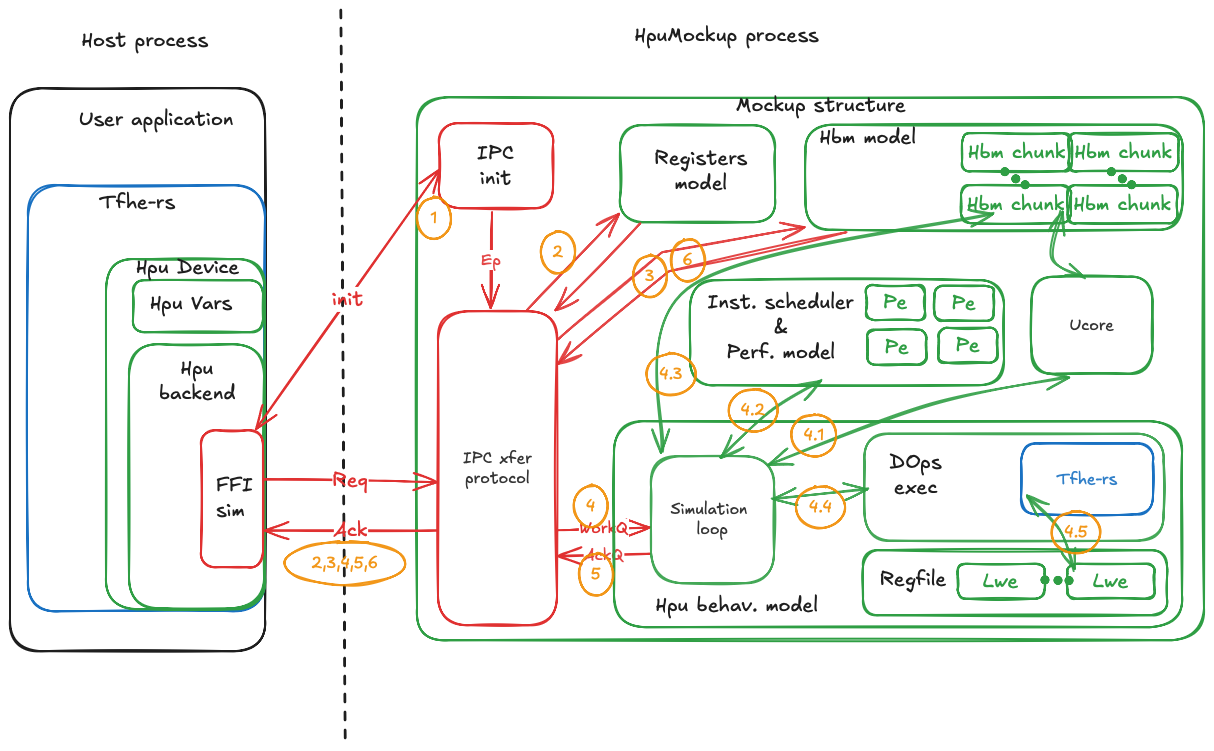
This is mockups/tfhe-hpu-mockup/figures/tfhe-hpu-mockup.excalidraw.png from zama-ai/tfhe-rs, a Excalidraw export, as it was before one commit. Source tidied: one line per element, renumbered; positions are measured from the earlier drawing's top-left corner, leaving out a move shared by most shapes.
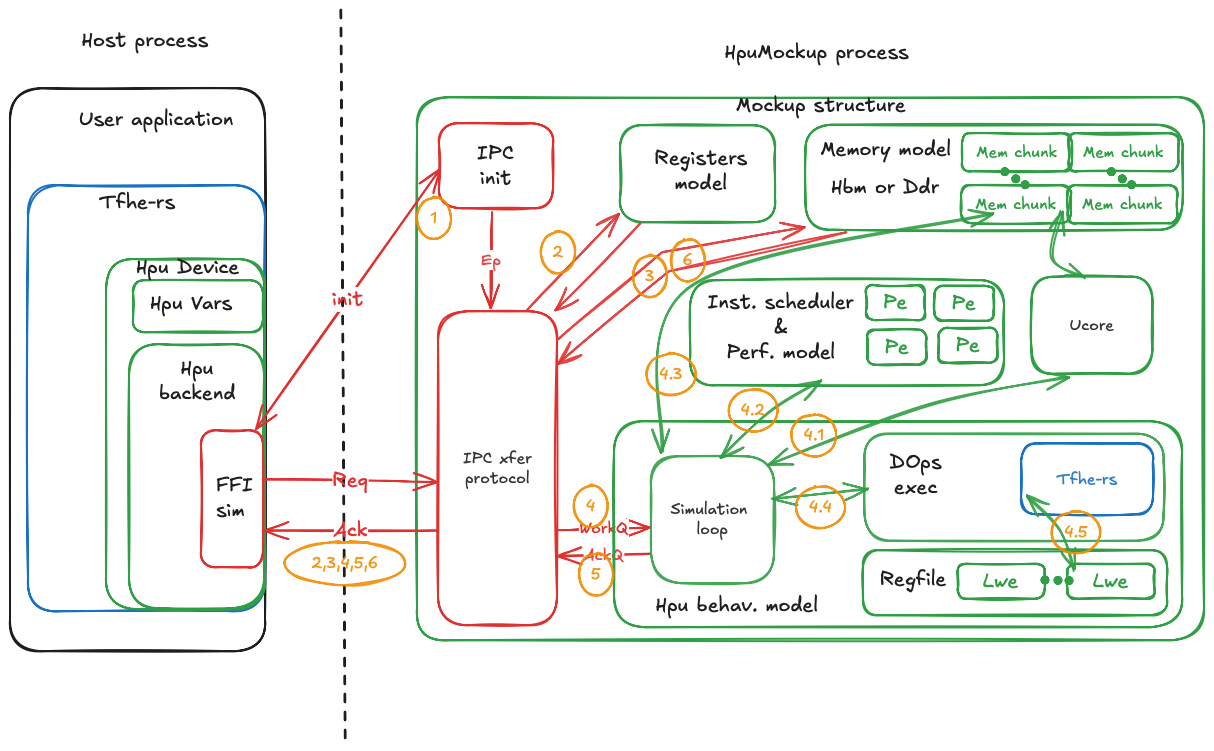
After the commit.

Commit message:
docs(hpu): Update Hpu mockup documentation

The edit, as a diff of the source:
```diff
@@ -2,7 +2,6 @@
 {"id": 1, "type": "text", "text": "User application", "strokeColor": "#1e1e1e", "strokeWidth": 2, "roughness": 1, "fontSize": 20, "fontFamily": 1, "x": 69, "y": 98, "width": 155, "height": 25}
 {"id": 2, "type": "rectangle", "strokeColor": "#1971c2", "strokeWidth": 2, "roughness": 1, "round": true, "x": 18, "y": 176, "width": 237, "height": 426}
 {"id": 3, "type": "text", "text": "Tfhe-rs", "strokeColor": "#1e1e1e", "strokeWidth": 2, "roughness": 1, "fontSize": 20, "fontFamily": 1, "x": 89, "y": 181, "width": 76, "height": 25}
-{"id": 4, "type": "rectangle", "strokeColor": "#1971c2", "strokeWidth": 2, "roughness": 1, "round": true, "x": 94, "y": 250, "width": 0, "height": 0}
 {"id": 5, "type": "rectangle", "strokeColor": "#2f9e44", "strokeWidth": 2, "roughness": 1, "round": true, "x": 96, "y": 250, "width": 159, "height": 350}
 {"id": 6, "type": "rectangle", "strokeColor": "#2f9e44", "strokeWidth": 2, "roughness": 1, "round": true, "x": 119, "y": 335, "width": 135, "height": 264}
 {"id": 7, "type": "rectangle", "strokeColor": "#2f9e44", "strokeWidth": 2, "roughness": 1, "round": true, "x": 123, "y": 271, "width": 130, "height": 52}
@@ -13,7 +12,7 @@
 {"id": 12, "type": "text", "text": "FFI\nsim", "strokeColor": "#1e1e1e", "strokeWidth": 2, "roughness": 1, "fontSize": 20, "fontFamily": 1, "x": 206, "y": 464, "width": 37, "height": 50}
 {"id": 13, "type": "line", "strokeColor": "#1e1e1e", "strokeWidth": 2, "strokeStyle": "dashed", "roughness": 1, "round": true, "x": 330, "y": 0, "width": 4, "height": 732, "points": [[0, 0], [4, 732]]}
 {"id": 14, "type": "text", "text": "Host process", "strokeColor": "#1e1e1e", "strokeWidth": 2, "strokeStyle": "dashed", "roughness": 1, "fontSize": 20, "fontFamily": 1, "textAlign": "center", "x": 72, "y": 19, "width": 127, "height": 25}
-{"id": 15, "type": "text", "text": "HpuMockup process", "strokeColor": "#1e1e1e", "strokeWidth": 2, "strokeStyle": "dashed", "roughness": 1, "fontSize": 20, "fontFamily": 1, "textAlign": "center", "x": 625, "y": 14, "width": 184, "height": 25}
+{"id": 15, "type": "text", "text": "HpuMockup process", "strokeColor": "#1e1e1e", "strokeWidth": 2, "strokeStyle": "dashed", "roughness": 1, "fontSize": 20, "fontFamily": 1, "textAlign": "center", "x": 715, "y": 31, "width": 184, "height": 25}
 {"id": 16, "type": "rectangle", "strokeColor": "#2f9e44", "strokeWidth": 2, "roughness": 1, "round": true, "x": 407, "y": 88, "width": 787, "height": 543}
 {"id": 17, "type": "rectangle", "strokeColor": "#e03131", "strokeWidth": 2, "roughness": 1, "round": true, "x": 429, "y": 114, "width": 114, "height": 85}
 {"id": 18, "type": "text", "text": "IPC\ninit", "strokeColor": "#1e1e1e", "strokeWidth": 2, "roughness": 1, "fontSize": 20, "fontFamily": 1, "textAlign": "center", "verticalAlign": "middle", "inside": 17, "x": 467, "y": 132, "width": 37, "height": 50}
@@ -53,18 +52,18 @@
 {"id": 52, "type": "ellipse", "strokeColor": "#f08c00", "strokeWidth": 2, "roughness": 1, "opacity": 90, "round": true, "x": 564, "y": 476, "width": 34, "height": 42}
 {"id": 53, "type": "text", "text": "4", "strokeColor": "#f08c00", "strokeWidth": 2, "roughness": 1, "opacity": 90, "fontSize": 16, "fontFamily": 1, "textAlign": "center", "verticalAlign": "middle", "inside": 52, "x": 576, "y": 487, "width": 9, "height": 20}
 {"id": 54, "type": "rectangle", "strokeColor": "#2f9e44", "strokeWidth": 2, "roughness": 1, "round": true, "x": 796, "y": 116, "width": 377, "height": 105}
-{"id": 55, "type": "text", "text": "Hbm model", "strokeColor": "#1e1e1e", "strokeWidth": 2, "roughness": 1, "fontSize": 20, "fontFamily": 1, "textAlign": "center", "x": 810, "y": 116, "width": 96, "height": 25}
+{"id": 55, "type": "text", "text": "Memory model", "strokeColor": "#1e1e1e", "strokeWidth": 2, "roughness": 1, "fontSize": 20, "fontFamily": 1, "textAlign": "center", "x": 811, "y": 128, "width": 131, "height": 25}
 {"id": 56, "type": "rectangle", "strokeColor": "#2f9e44", "strokeWidth": 2, "roughness": 1, "round": true, "x": 952, "y": 124, "width": 110, "height": 38}
-{"id": 57, "type": "text", "text": "Hbm chunk", "strokeColor": "#2f9e44", "strokeWidth": 2, "roughness": 1, "fontSize": 20, "fontFamily": 1, "textAlign": "center", "verticalAlign": "middle", "inside": 56, "x": 958, "y": 130, "width": 97, "height": 25}
+{"id": 57, "type": "text", "text": "Mem chunk", "strokeColor": "#2f9e44", "strokeWidth": 2, "roughness": 1, "fontSize": 16, "fontFamily": 1, "textAlign": "center", "verticalAlign": "middle", "inside": 56, "x": 967, "y": 133, "width": 81, "height": 20}
 {"id": 58, "type": "rectangle", "strokeColor": "#2f9e44", "strokeWidth": 2, "roughness": 1, "round": true, "x": 951, "y": 176, "width": 110, "height": 38}
-{"id": 59, "type": "text", "text": "Hbm chunk", "strokeColor": "#2f9e44", "strokeWidth": 2, "roughness": 1, "fontSize": 20, "fontFamily": 1, "textAlign": "center", "verticalAlign": "middle", "inside": 58, "x": 957, "y": 182, "width": 97, "height": 25}
+{"id": 59, "type": "text", "text": "Mem chunk", "strokeColor": "#2f9e44", "strokeWidth": 2, "roughness": 1, "fontSize": 16, "fontFamily": 1, "textAlign": "center", "verticalAlign": "middle", "inside": 58, "x": 966, "y": 185, "width": 81, "height": 20}
 {"id": 60, "type": "freedraw", "strokeColor": "#2f9e44", "angle": 5.37, "strokeWidth": 2, "roughness": 1, "x": 995, "y": 162, "width": 0, "height": 0, "points": [[0, 0], [0, 0]]}
 {"id": 61, "type": "freedraw", "strokeColor": "#2f9e44", "angle": 5.37, "strokeWidth": 2, "roughness": 1, "x": 1006, "y": 170, "width": 0, "height": 0, "points": [[0, 0], [0, 0]]}
 {"id": 62, "type": "freedraw", "strokeColor": "#2f9e44", "angle": 5.37, "strokeWidth": 2, "roughness": 1, "x": 1015, "y": 176, "width": 0, "height": 0, "points": [[0, 0], [0, 0]]}
 {"id": 63, "type": "rectangle", "strokeColor": "#2f9e44", "strokeWidth": 2, "roughness": 1, "round": true, "x": 1058, "y": 124, "width": 110, "height": 38}
-{"id": 64, "type": "text", "text": "Hbm chunk", "strokeColor": "#2f9e44", "strokeWidth": 2, "roughness": 1, "fontSize": 20, "fontFamily": 1, "textAlign": "center", "verticalAlign": "middle", "inside": 63, "x": 1065, "y": 130, "width": 97, "height": 25}
+{"id": 64, "type": "text", "text": "Mem chunk", "strokeColor": "#2f9e44", "strokeWidth": 2, "roughness": 1, "fontSize": 16, "fontFamily": 1, "textAlign": "center", "verticalAlign": "middle", "inside": 63, "x": 1073, "y": 133, "width": 81, "height": 20}
 {"id": 65, "type": "rectangle", "strokeColor": "#2f9e44", "strokeWidth": 2, "roughness": 1, "round": true, "x": 1058, "y": 176, "width": 110, "height": 38}
-{"id": 66, "type": "text", "text": "Hbm chunk", "strokeColor": "#2f9e44", "strokeWidth": 2, "roughness": 1, "fontSize": 20, "fontFamily": 1, "textAlign": "center", "verticalAlign": "middle", "inside": 65, "x": 1064, "y": 182, "width": 97, "height": 25}
+{"id": 66, "type": "text", "text": "Mem chunk", "strokeColor": "#2f9e44", "strokeWidth": 2, "roughness": 1, "fontSize": 16, "fontFamily": 1, "textAlign": "center", "verticalAlign": "middle", "inside": 65, "x": 1072, "y": 185, "width": 81, "height": 20}
 {"id": 67, "type": "freedraw", "strokeColor": "#2f9e44", "angle": 5.37, "strokeWidth": 2, "roughness": 1, "x": 1101, "y": 162, "width": 0, "height": 0, "points": [[0, 0], [0, 0]]}
 {"id": 68, "type": "freedraw", "strokeColor": "#2f9e44", "angle": 5.37, "strokeWidth": 2, "roughness": 1, "x": 1112, "y": 170, "width": 0, "height": 0, "points": [[0, 0], [0, 0]]}
 {"id": 69, "type": "freedraw", "strokeColor": "#2f9e44", "angle": 5.37, "strokeWidth": 2, "roughness": 1, "x": 1122, "y": 176, "width": 0, "height": 0, "points": [[0, 0], [0, 0]]}
@@ -113,3 +112,4 @@
 {"id": 112, "type": "text", "text": "6", "strokeColor": "#f08c00", "strokeWidth": 2, "roughness": 1, "opacity": 90, "fontSize": 16, "fontFamily": 1, "textAlign": "center", "verticalAlign": "middle", "inside": 111, "x": 673, "y": 241, "width": 10, "height": 20}
 {"id": 113, "type": "ellipse", "strokeColor": "#f08c00", "strokeWidth": 2, "roughness": 1, "opacity": 90, "round": true, "x": 275, "y": 532, "width": 120, "height": 44}
 {"id": 114, "type": "text", "text": "2,3,4,5,6", "strokeColor": "#f08c00", "strokeWidth": 2, "roughness": 1, "opacity": 90, "fontSize": 16, "fontFamily": 1, "textAlign": "center", "verticalAlign": "middle", "inside": 113, "x": 302, "y": 544, "width": 67, "height": 20}
+{"id": 115, "type": "text", "text": "Hbm or Ddr", "strokeColor": "#1e1e1e", "strokeWidth": 2, "roughness": 1, "fontSize": 20, "fontFamily": 5, "x": 821, "y": 166, "width": 108, "height": 25}
```
